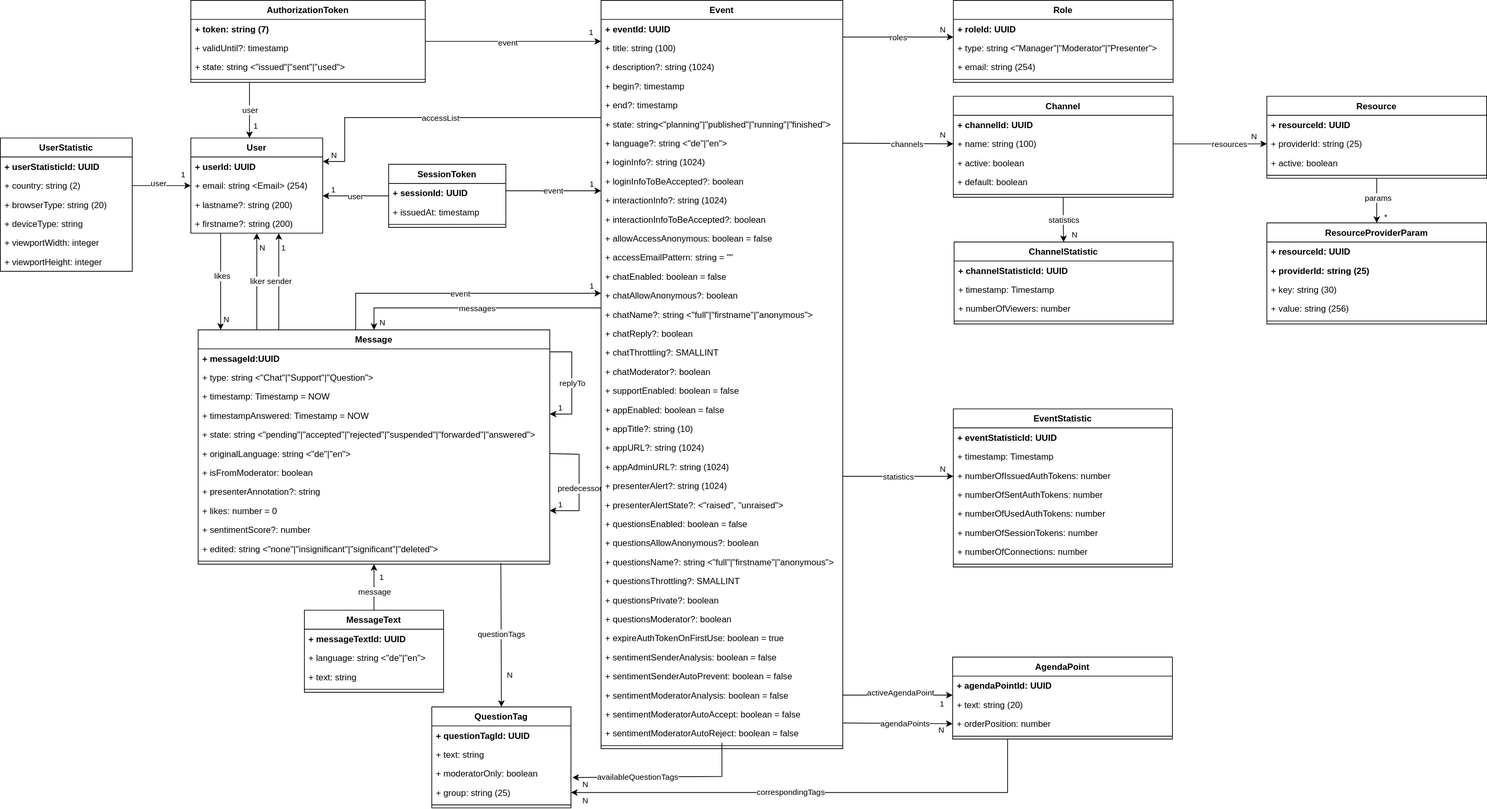
Before: doc/2-specification-datamodel.svg, a diagram exported from draw.io (rse/broadcast). Source tidied: cells renumbered, new cells last; positions are measured from the earlier drawing's top-left corner, leaving out a move shared by most shapes.
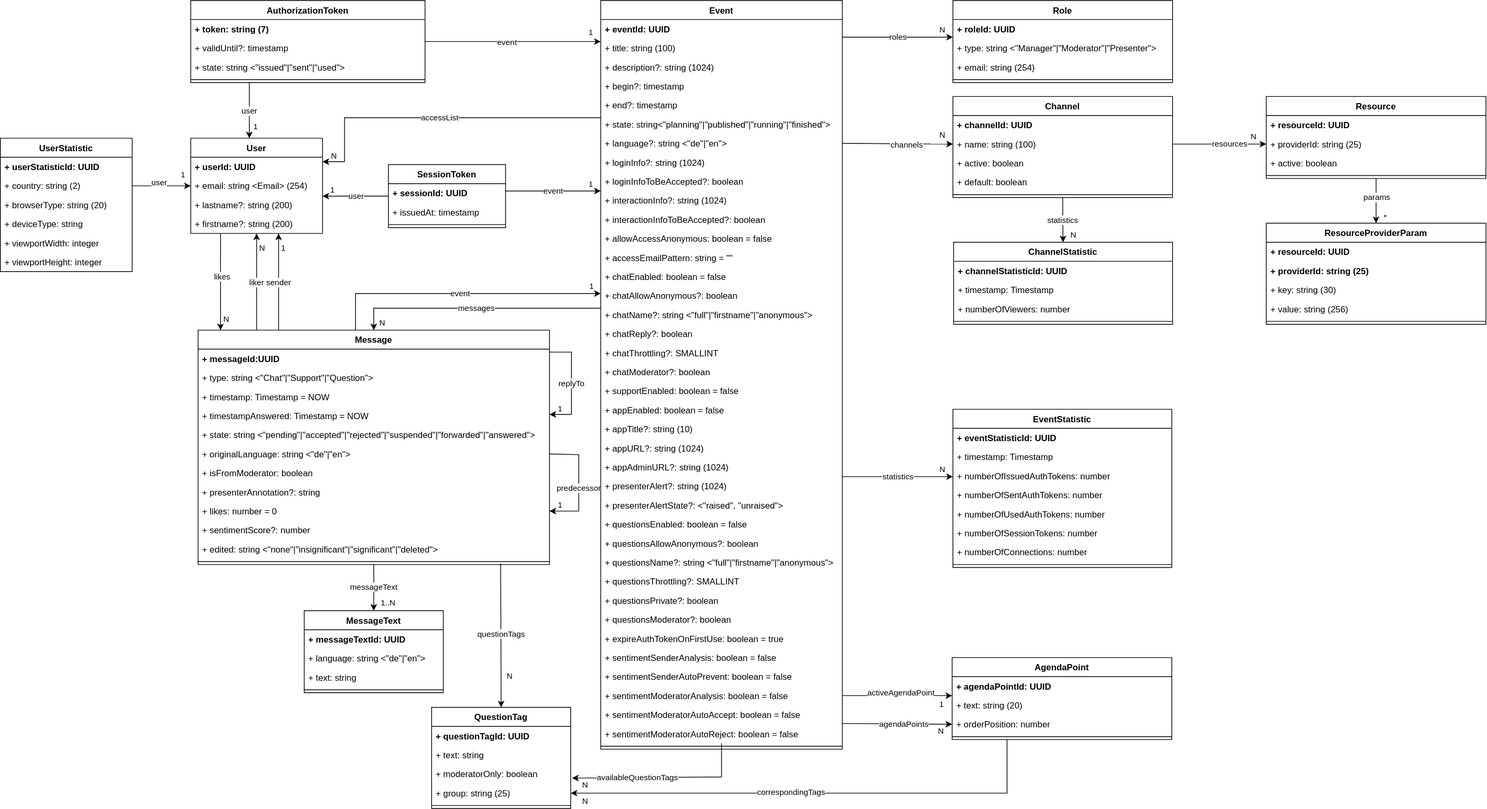
After the commit.

Commit message:
flush changes to specification

The edit, as a diff of the source:
```diff
@@ -109,17 +109,17 @@
     <mxCell id="35" style="line;strokeWidth=1;fillColor=none;align=left;verticalAlign=middle;spacingTop=-1;spacingLeft=3;spacingRight=3;labelPosition=right;strokeColor=inherit;" parent="31" vertex="1">
       <mxGeometry y="104" width="300" height="8" as="geometry" />
     </mxCell>
-    <mxCell id="36" style="endArrow=classic;html=1;rounded=0;edgeStyle=orthogonalEdgeStyle;" parent="1" edge="1" source="26" target="11">
+    <mxCell id="36" style="endArrow=classic;html=1;rounded=0;edgeStyle=orthogonalEdgeStyle;exitX=0.5;exitY=1;exitDx=0;exitDy=0;entryX=0.5;entryY=0;entryDx=0;entryDy=0;" parent="1" edge="1" source="11" target="26">
       <mxGeometry relative="1" as="geometry" />
     </mxCell>
-    <mxCell id="37" value="message" style="edgeLabel;html=1;align=center;verticalAlign=middle;" parent="36" vertex="1">
+    <mxCell id="37" value="messageText" style="edgeLabel;html=1;align=center;verticalAlign=middle;" parent="36" vertex="1">
       <mxGeometry relative="1" as="geometry">
-        <mxPoint y="6" as="offset" />
+        <mxPoint y="-1" as="offset" />
       </mxGeometry>
     </mxCell>
-    <mxCell id="38" value="1" style="edgeLabel;html=1;align=right;verticalAlign=bottom;" parent="36" vertex="1">
+    <mxCell id="38" value="1..N" style="edgeLabel;html=1;align=right;verticalAlign=bottom;" parent="36" vertex="1">
       <mxGeometry x="1" relative="1" as="geometry">
-        <mxPoint x="14" y="26" as="offset" />
+        <mxPoint x="30" y="-3" as="offset" />
       </mxGeometry>
     </mxCell>
     <mxCell id="39" value="User" style="swimlane;fontStyle=1;align=center;verticalAlign=top;horizontal=1;startSize=26;whiteSpace=wrap;html=1;" parent="1" vertex="1">
```
